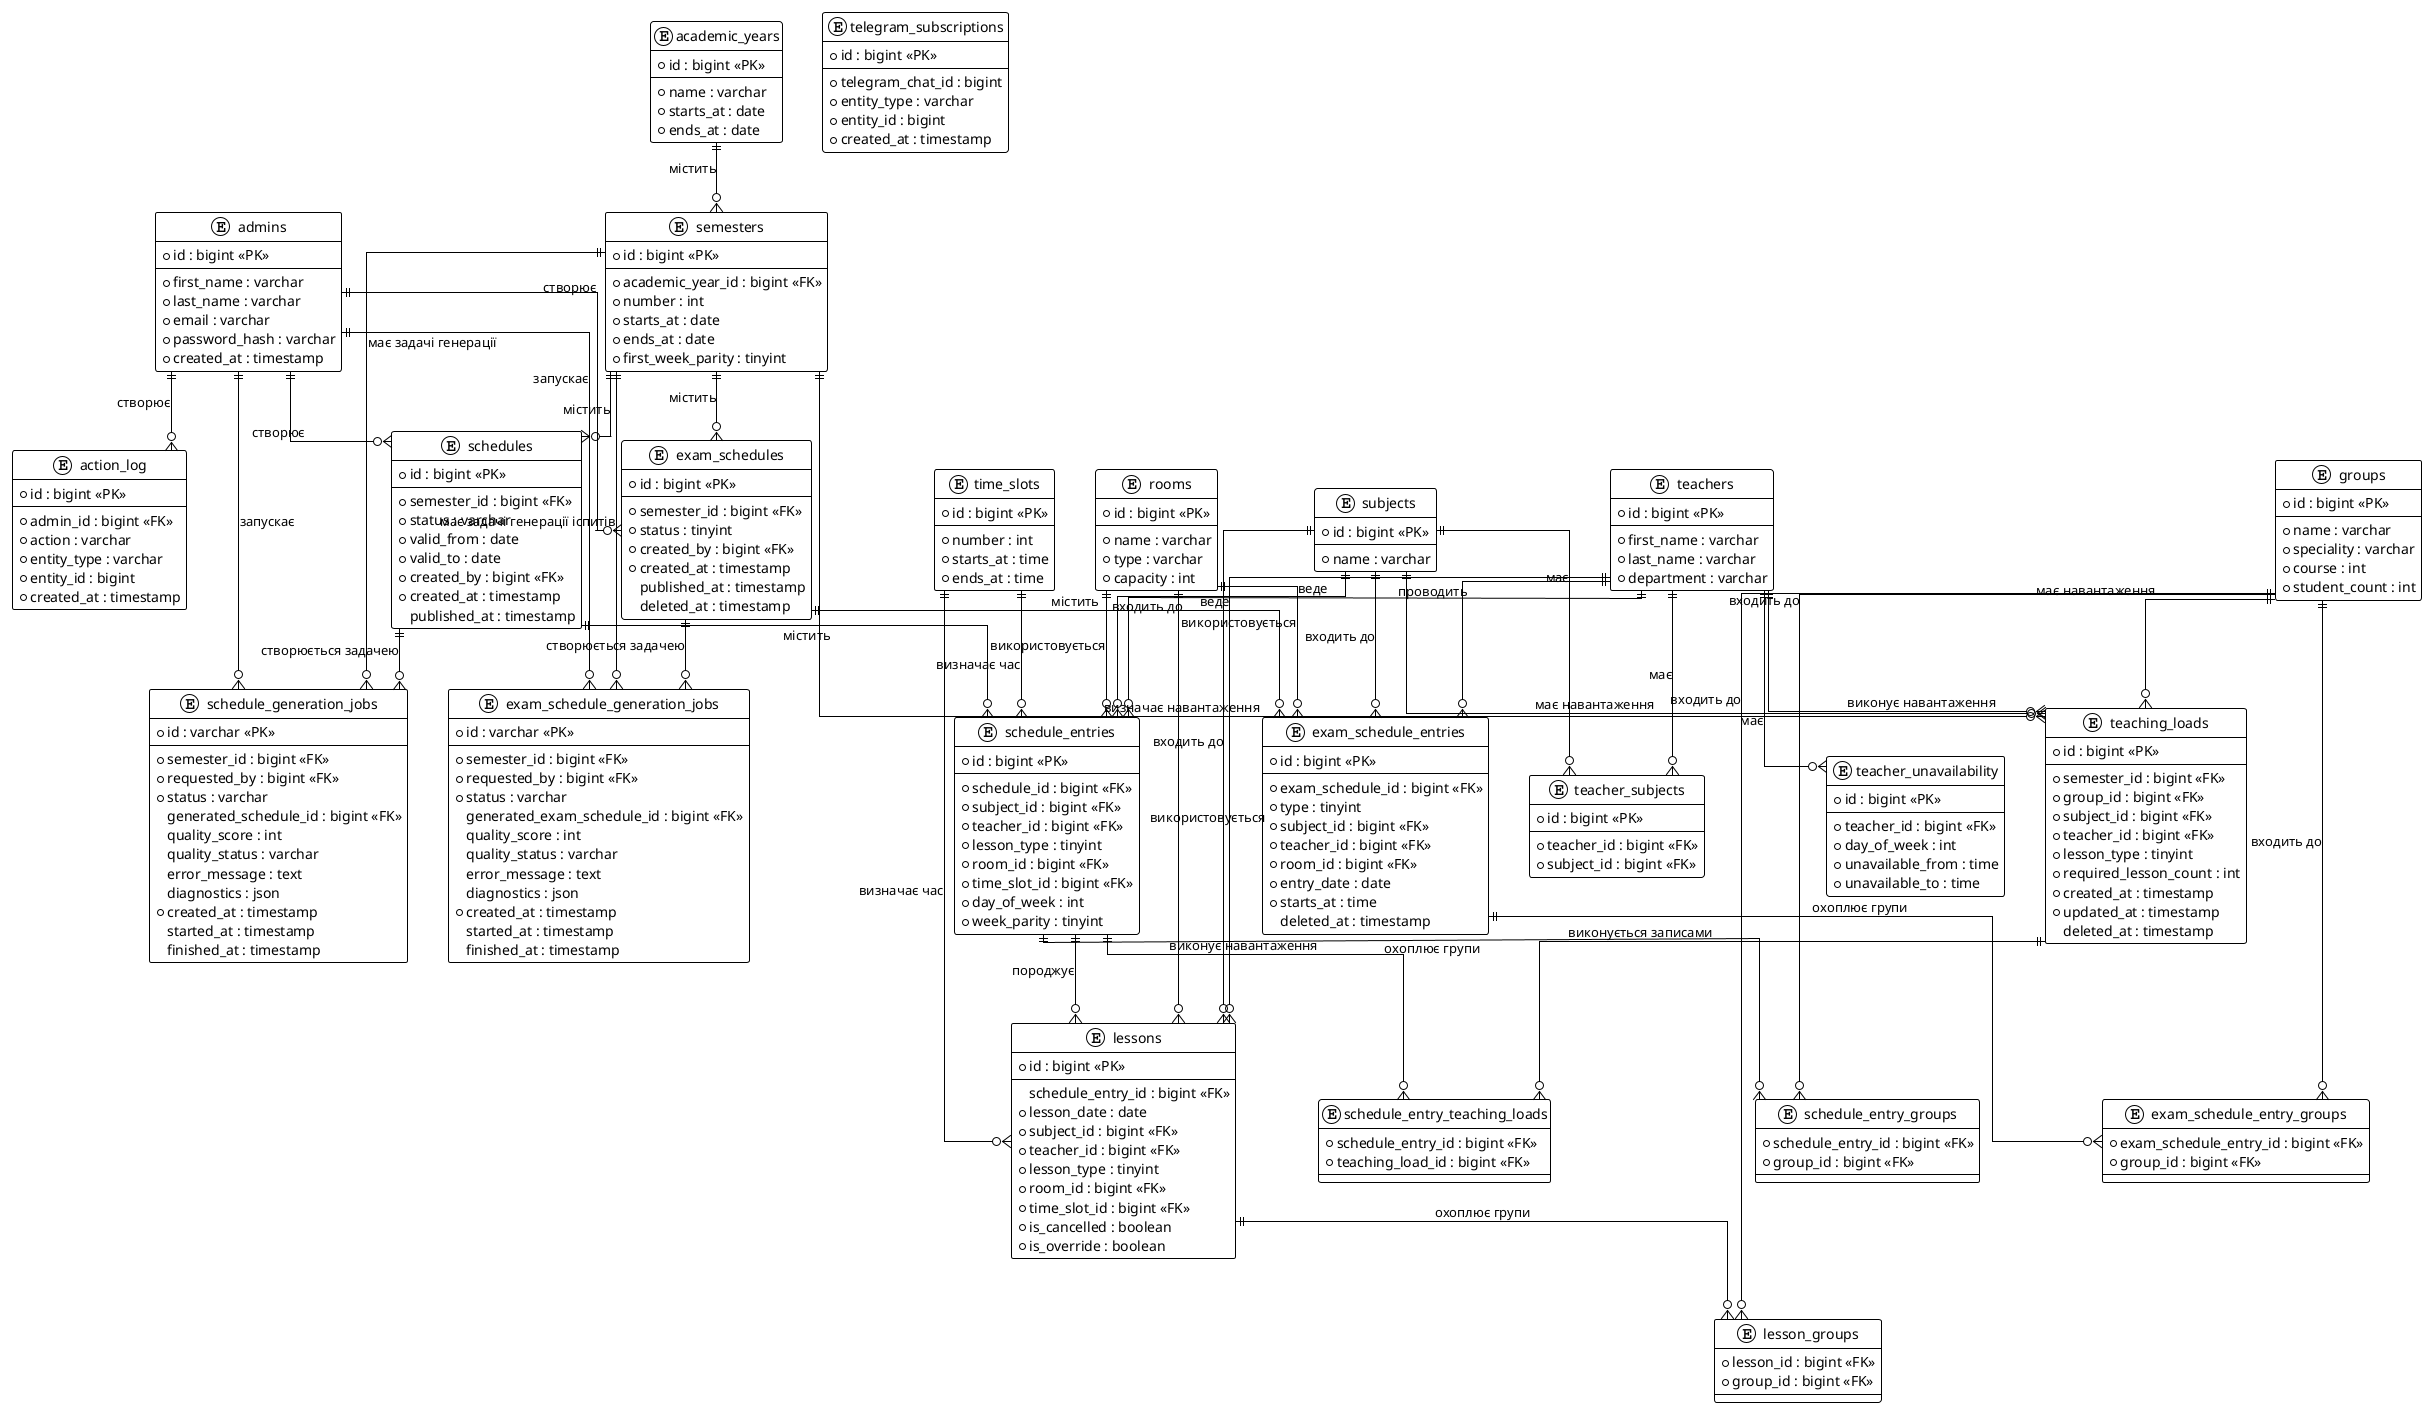
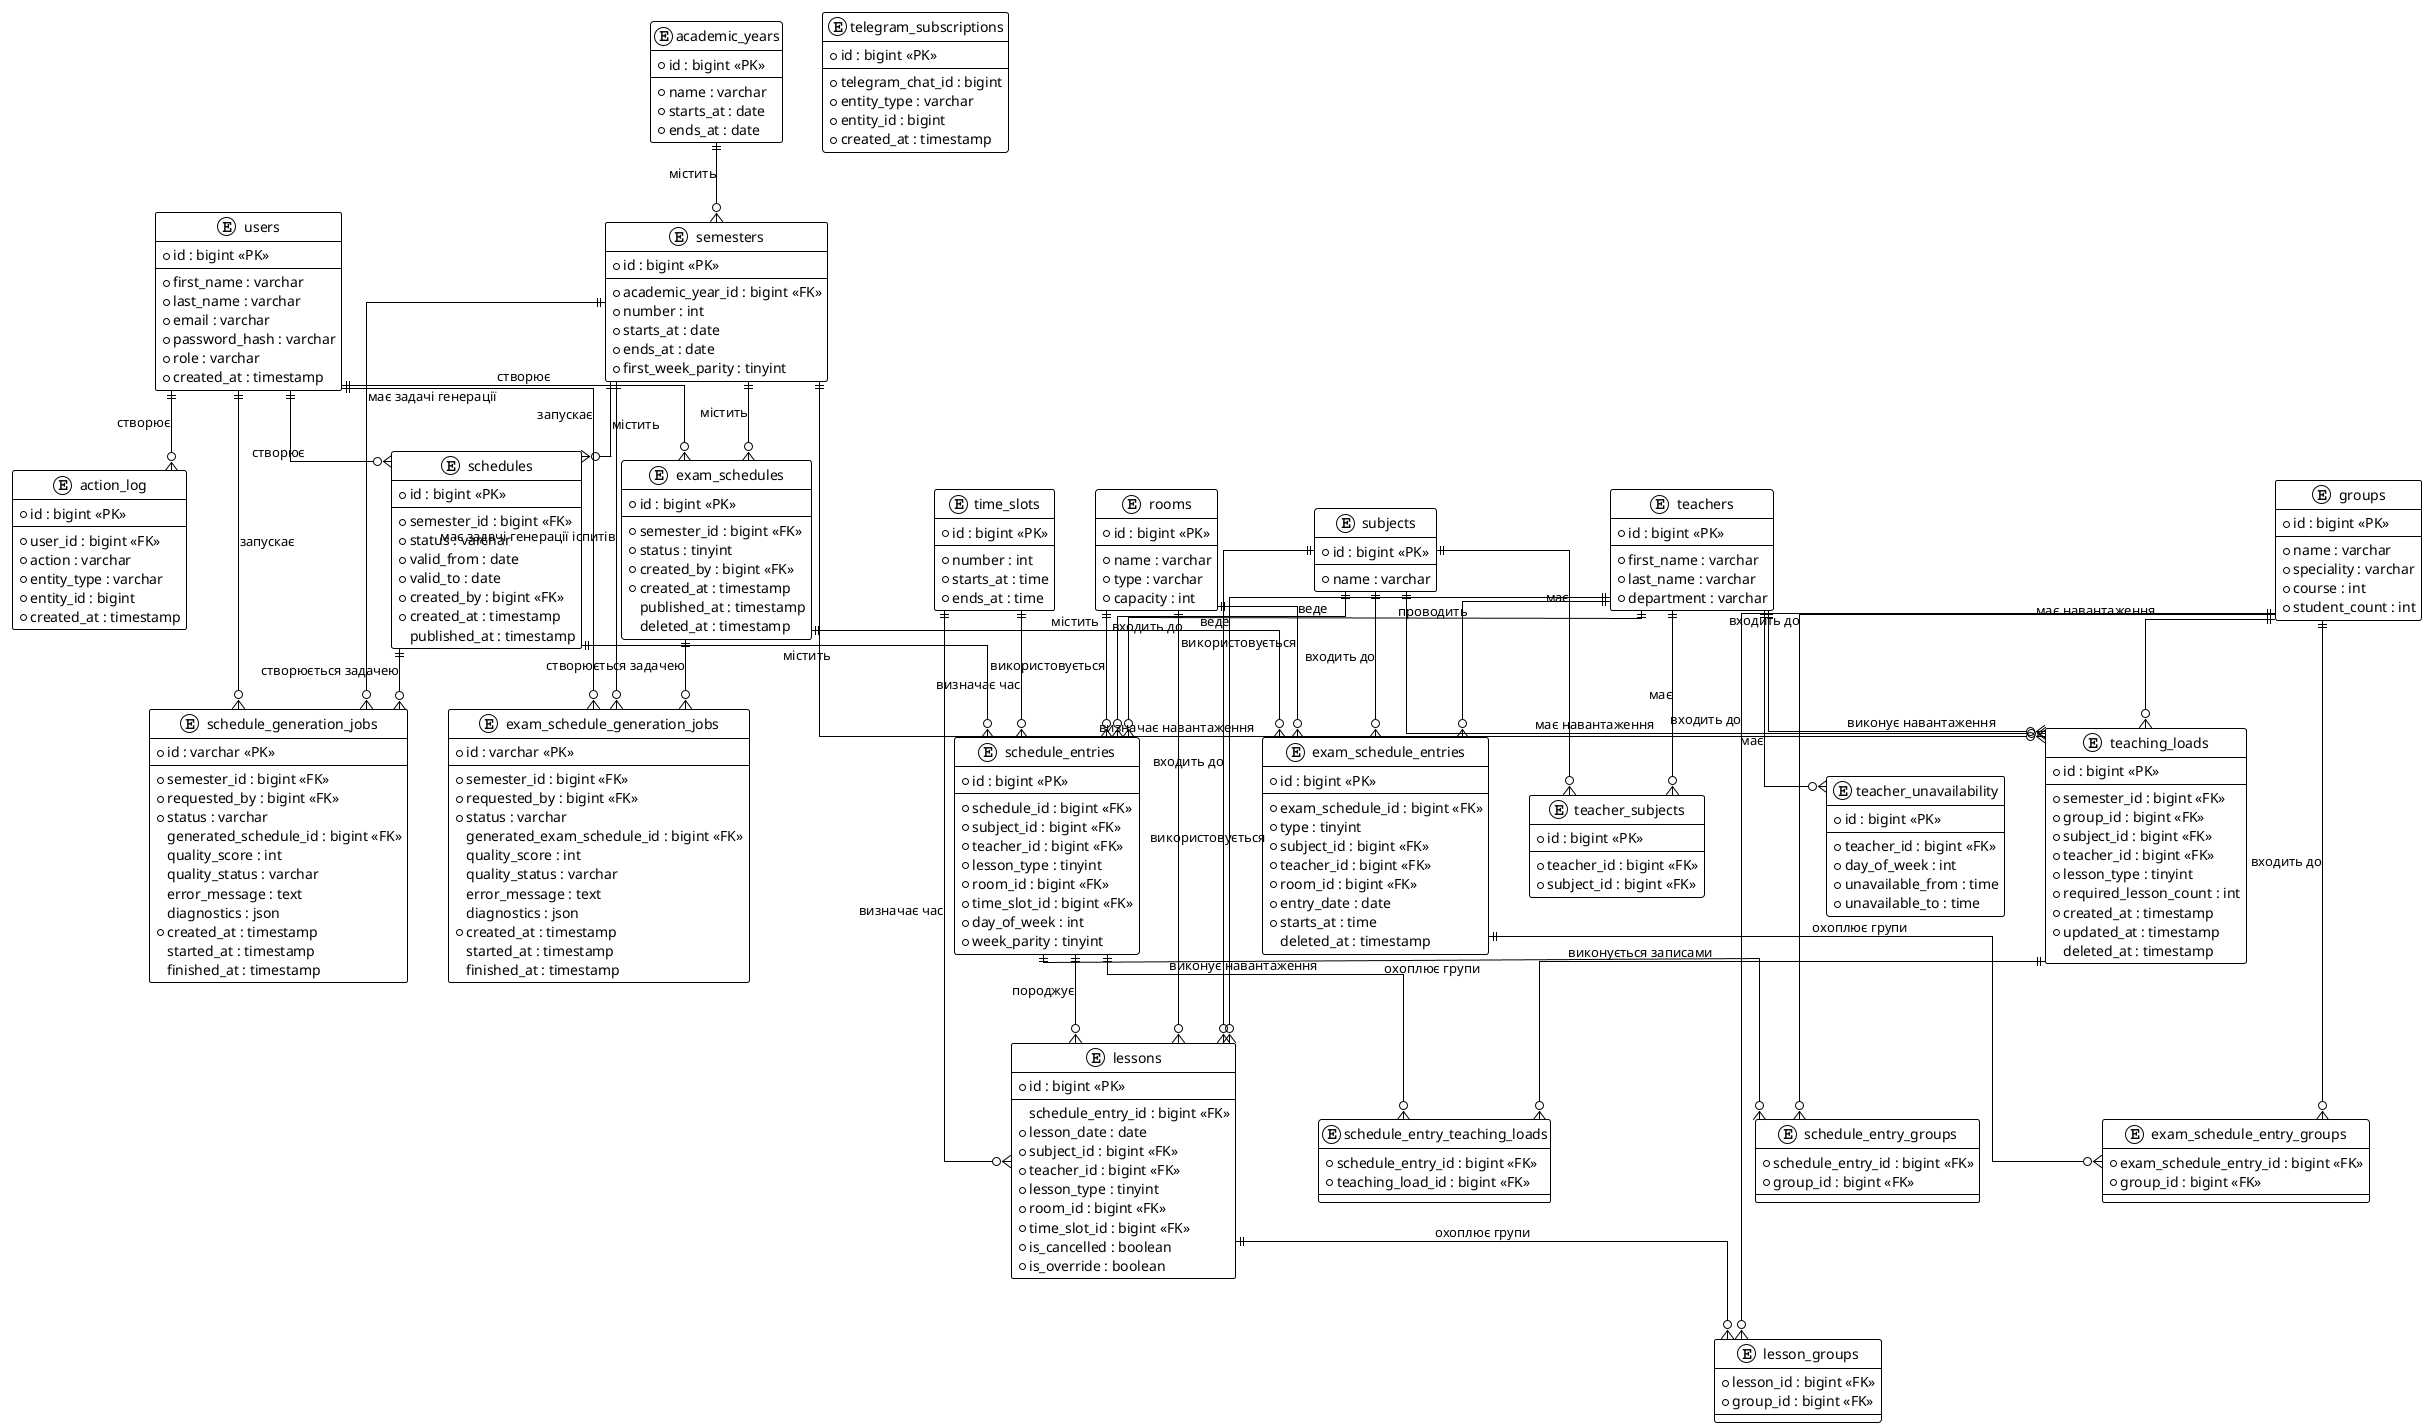
@startuml
!theme plain
skinparam linetype ortho
skinparam ranksep 60
skinparam nodesep 40

- entity admins {
+ entity users {
  * id : bigint <<PK>>
  --
  * first_name : varchar
  * last_name : varchar
  * email : varchar
  * password_hash : varchar
+   * role : varchar
  * created_at : timestamp
}

entity telegram_subscriptions {
  * id : bigint <<PK>>
  --
  * telegram_chat_id : bigint
  * entity_type : varchar
  * entity_id : bigint
  * created_at : timestamp
}

entity academic_years {
  * id : bigint <<PK>>
  --
  * name : varchar
  * starts_at : date
  * ends_at : date
}

entity semesters {
  * id : bigint <<PK>>
  --
  * academic_year_id : bigint <<FK>>
  * number : int
  * starts_at : date
  * ends_at : date
  * first_week_parity : tinyint
}

entity groups {
  * id : bigint <<PK>>
  --
  * name : varchar
  * speciality : varchar
  * course : int
  * student_count : int
}

entity teachers {
  * id : bigint <<PK>>
  --
  * first_name : varchar
  * last_name : varchar
  * department : varchar
}

entity teacher_unavailability {
  * id : bigint <<PK>>
  --
  * teacher_id : bigint <<FK>>
  * day_of_week : int
  * unavailable_from : time
  * unavailable_to : time
}

entity subjects {
  * id : bigint <<PK>>
  --
  * name : varchar
}

entity teacher_subjects {
  * id : bigint <<PK>>
  --
  * teacher_id : bigint <<FK>>
  * subject_id : bigint <<FK>>
}

entity teaching_loads {
  * id : bigint <<PK>>
  --
  * semester_id : bigint <<FK>>
  * group_id : bigint <<FK>>
  * subject_id : bigint <<FK>>
  * teacher_id : bigint <<FK>>
  * lesson_type : tinyint
  * required_lesson_count : int
  * created_at : timestamp
  * updated_at : timestamp
  deleted_at : timestamp
}

entity rooms {
  * id : bigint <<PK>>
  --
  * name : varchar
  * type : varchar
  * capacity : int
}

entity time_slots {
  * id : bigint <<PK>>
  --
  * number : int
  * starts_at : time
  * ends_at : time
}

entity schedules {
  * id : bigint <<PK>>
  --
  * semester_id : bigint <<FK>>
  * status : varchar
  * valid_from : date
  * valid_to : date
  * created_by : bigint <<FK>>
  * created_at : timestamp
  published_at : timestamp
}

entity schedule_generation_jobs {
  * id : varchar <<PK>>
  --
  * semester_id : bigint <<FK>>
  * requested_by : bigint <<FK>>
  * status : varchar
  generated_schedule_id : bigint <<FK>>
  quality_score : int
  quality_status : varchar
  error_message : text
  diagnostics : json
  * created_at : timestamp
  started_at : timestamp
  finished_at : timestamp
}

entity exam_schedule_generation_jobs {
  * id : varchar <<PK>>
  --
  * semester_id : bigint <<FK>>
  * requested_by : bigint <<FK>>
  * status : varchar
  generated_exam_schedule_id : bigint <<FK>>
  quality_score : int
  quality_status : varchar
  error_message : text
  diagnostics : json
  * created_at : timestamp
  started_at : timestamp
  finished_at : timestamp
}

entity schedule_entries {
  * id : bigint <<PK>>
  --
  * schedule_id : bigint <<FK>>
  * subject_id : bigint <<FK>>
  * teacher_id : bigint <<FK>>
  * lesson_type : tinyint
  * room_id : bigint <<FK>>
  * time_slot_id : bigint <<FK>>
  * day_of_week : int
  * week_parity : tinyint
}

entity schedule_entry_groups {
  * schedule_entry_id : bigint <<FK>>
  * group_id : bigint <<FK>>
}

entity schedule_entry_teaching_loads {
  * schedule_entry_id : bigint <<FK>>
  * teaching_load_id : bigint <<FK>>
}

entity lessons {
  * id : bigint <<PK>>
  --
  schedule_entry_id : bigint <<FK>>
  * lesson_date : date
  * subject_id : bigint <<FK>>
  * teacher_id : bigint <<FK>>
  * lesson_type : tinyint
  * room_id : bigint <<FK>>
  * time_slot_id : bigint <<FK>>
  * is_cancelled : boolean
  * is_override : boolean
}

entity lesson_groups {
  * lesson_id : bigint <<FK>>
  * group_id : bigint <<FK>>
}

entity exam_schedules {
  * id : bigint <<PK>>
  --
  * semester_id : bigint <<FK>>
  * status : tinyint
  * created_by : bigint <<FK>>
  * created_at : timestamp
  published_at : timestamp
  deleted_at : timestamp
}

entity exam_schedule_entries {
  * id : bigint <<PK>>
  --
  * exam_schedule_id : bigint <<FK>>
  * type : tinyint
  * subject_id : bigint <<FK>>
  * teacher_id : bigint <<FK>>
  * room_id : bigint <<FK>>
  * entry_date : date
  * starts_at : time
  deleted_at : timestamp
}

entity exam_schedule_entry_groups {
  * exam_schedule_entry_id : bigint <<FK>>
  * group_id : bigint <<FK>>
}

entity action_log {
  * id : bigint <<PK>>
  --
-   * admin_id : bigint <<FK>>
+   * user_id : bigint <<FK>>
  * action : varchar
  * entity_type : varchar
  * entity_id : bigint
  * created_at : timestamp
}

- admins ||--o{ action_log : "створює"
- admins ||--o{ exam_schedules : "створює"
- admins ||--o{ schedules : "створює"
- admins ||--o{ schedule_generation_jobs : "запускає"
- admins ||--o{ exam_schedule_generation_jobs : "запускає"
+ users ||--o{ action_log : "створює"
+ users ||--o{ exam_schedules : "створює"
+ users ||--o{ schedules : "створює"
+ users ||--o{ schedule_generation_jobs : "запускає"
+ users ||--o{ exam_schedule_generation_jobs : "запускає"

academic_years ||--o{ semesters : "містить"

semesters ||--o{ schedules : "містить"
semesters ||--o{ exam_schedules : "містить"
semesters ||--o{ teaching_loads : "визначає навантаження"
semesters ||--o{ schedule_generation_jobs : "має задачі генерації"
semesters ||--o{ exam_schedule_generation_jobs : "має задачі генерації іспитів"

schedules ||--o{ schedule_entries : "містить"
schedules ||--o{ schedule_generation_jobs : "створюється задачею"

teachers ||--o{ teacher_unavailability : "має"
teachers ||--o{ teacher_subjects : "має"
teachers ||--o{ teaching_loads : "виконує навантаження"
teachers ||--o{ schedule_entries : "веде"
teachers ||--o{ lessons : "веде"
teachers ||--o{ exam_schedule_entries : "проводить"

subjects ||--o{ teacher_subjects : "має"
subjects ||--o{ teaching_loads : "має навантаження"
subjects ||--o{ schedule_entries : "входить до"
subjects ||--o{ lessons : "входить до"
subjects ||--o{ exam_schedule_entries : "входить до"

rooms ||--o{ schedule_entries : "використовується"
rooms ||--o{ lessons : "використовується"
rooms ||--o{ exam_schedule_entries : "використовується"

time_slots ||--o{ schedule_entries : "визначає час"
time_slots ||--o{ lessons : "визначає час"

schedule_entries ||--o{ schedule_entry_groups : "охоплює групи"
schedule_entries ||--o{ schedule_entry_teaching_loads : "виконує навантаження"
schedule_entries ||--o{ lessons : "породжує"

teaching_loads ||--o{ schedule_entry_teaching_loads : "виконується записами"

lessons ||--o{ lesson_groups : "охоплює групи"

groups ||--o{ schedule_entry_groups : "входить до"
groups ||--o{ lesson_groups : "входить до"
groups ||--o{ exam_schedule_entry_groups : "входить до"
groups ||--o{ teaching_loads : "має навантаження"

exam_schedules ||--o{ exam_schedule_entries : "містить"
exam_schedules ||--o{ exam_schedule_generation_jobs : "створюється задачею"
exam_schedule_entries ||--o{ exam_schedule_entry_groups : "охоплює групи"

@enduml
